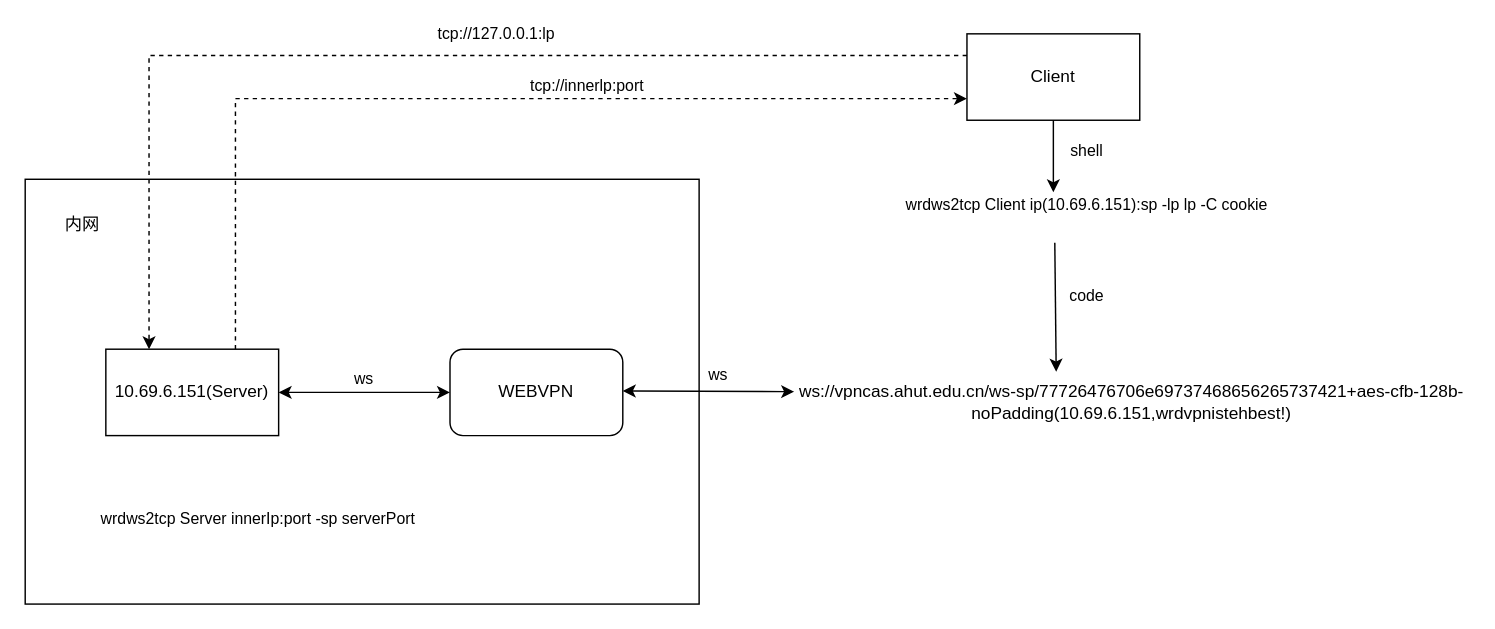
Before: tcpoverwrd.drawio in linf04/draw.io, a draw.io diagram. Source tidied: cells renumbered, new cells numbered last; positions are measured from the earlier drawing's top-left corner, leaving out a move shared by most shapes. Both pictures are drawn from the tidied source at 144%, with x=0, y=0 at pixel (24, 33).
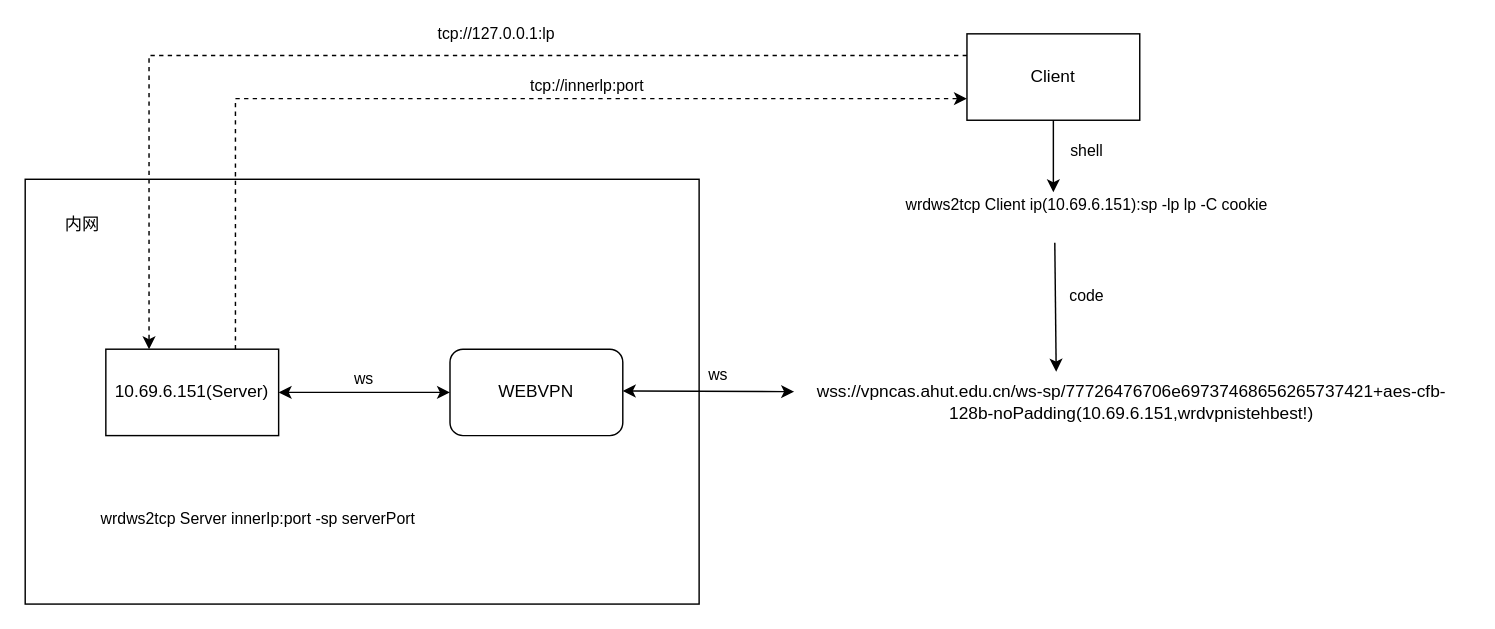
The same page after the edit.

Change to the diagram source:
```diff
@@
-    <mxCell id="13" value="ws://vpncas.ahut.edu.cn/ws-sp/77726476706e69737468656265737421+aes-cfb-128b-noPadding(10.69.6.151,wrdvpnistehbest!)" style="text;html=1;align=center;verticalAlign=middle;whiteSpace=wrap;rounded=0;" parent="1" vertex="1">
+    <mxCell id="13" value="wss://vpncas.ahut.edu.cn/ws-sp/77726476706e69737468656265737421+aes-cfb-128b-noPadding(10.69.6.151,wrdvpnistehbest!)" style="text;html=1;align=center;verticalAlign=middle;whiteSpace=wrap;rounded=0;" parent="1" vertex="1">
       <mxGeometry x="534" y="241" width="469" height="30" as="geometry" />
     </mxCell>
```
